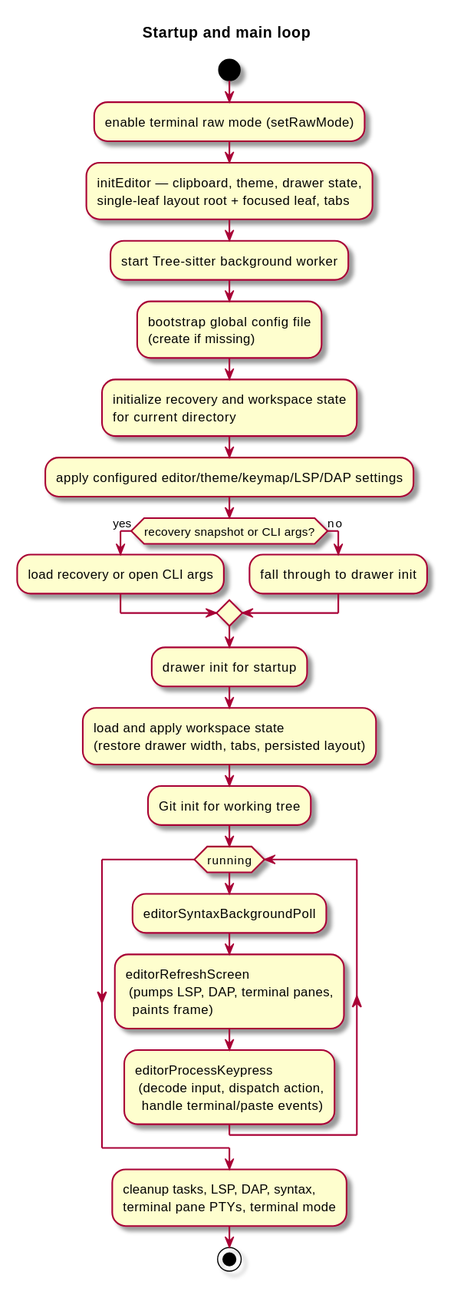
Above: docs/diagrams/svg/startup-loop.svg in kokkoniemi/rotide (PlantUML), before the change. Its source is kept beside it as docs/diagrams/src/startup-loop.puml.
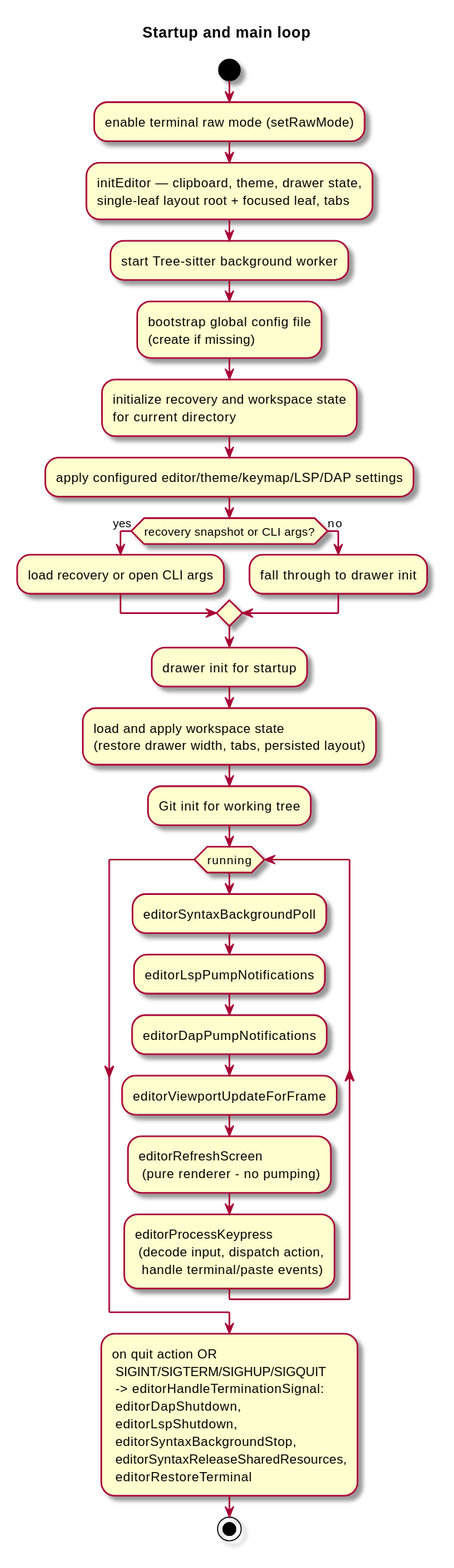
The same file after the commit.

What changed in the source:
```diff
@@ -24,15 +24,23 @@
 :Git init for working tree;
 while (running)
 	:editorSyntaxBackgroundPoll;
+	:editorLspPumpNotifications;
+	:editorDapPumpNotifications;
+	:editorViewportUpdateForFrame;
 	:editorRefreshScreen
-	 (pumps LSP, DAP, terminal panes,
-	  paints frame);
+	 (pure renderer - no pumping);
 	:editorProcessKeypress
 	 (decode input, dispatch action,
 	  handle terminal/paste events);
 endwhile
-:cleanup tasks, LSP, DAP, syntax,
-terminal pane PTYs, terminal mode;
+:on quit action OR
+ SIGINT/SIGTERM/SIGHUP/SIGQUIT
+ -> editorHandleTerminationSignal:
+ editorDapShutdown,
+ editorLspShutdown,
+ editorSyntaxBackgroundStop,
+ editorSyntaxReleaseSharedResources,
+ editorRestoreTerminal;
 stop
 
 @enduml
```
